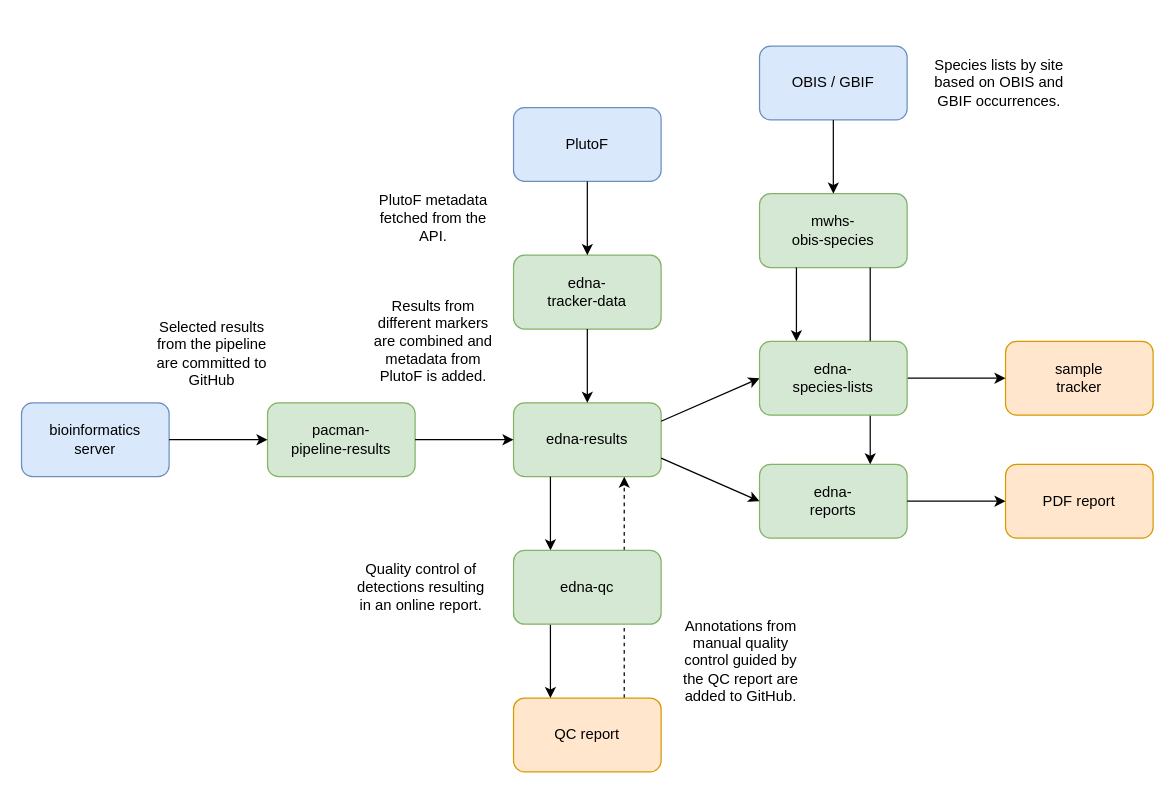
iobis/edna-expeditions keeps this draw.io diagram as data_flow.drawio. Above is the earlier version. Source tidied: cells renumbered, new cells numbered last; positions are measured from the earlier drawing's top-left corner, leaving out a move shared by most shapes. Both pictures are drawn from the tidied source at 123%, with x=0, y=0 at pixel (21, 21).
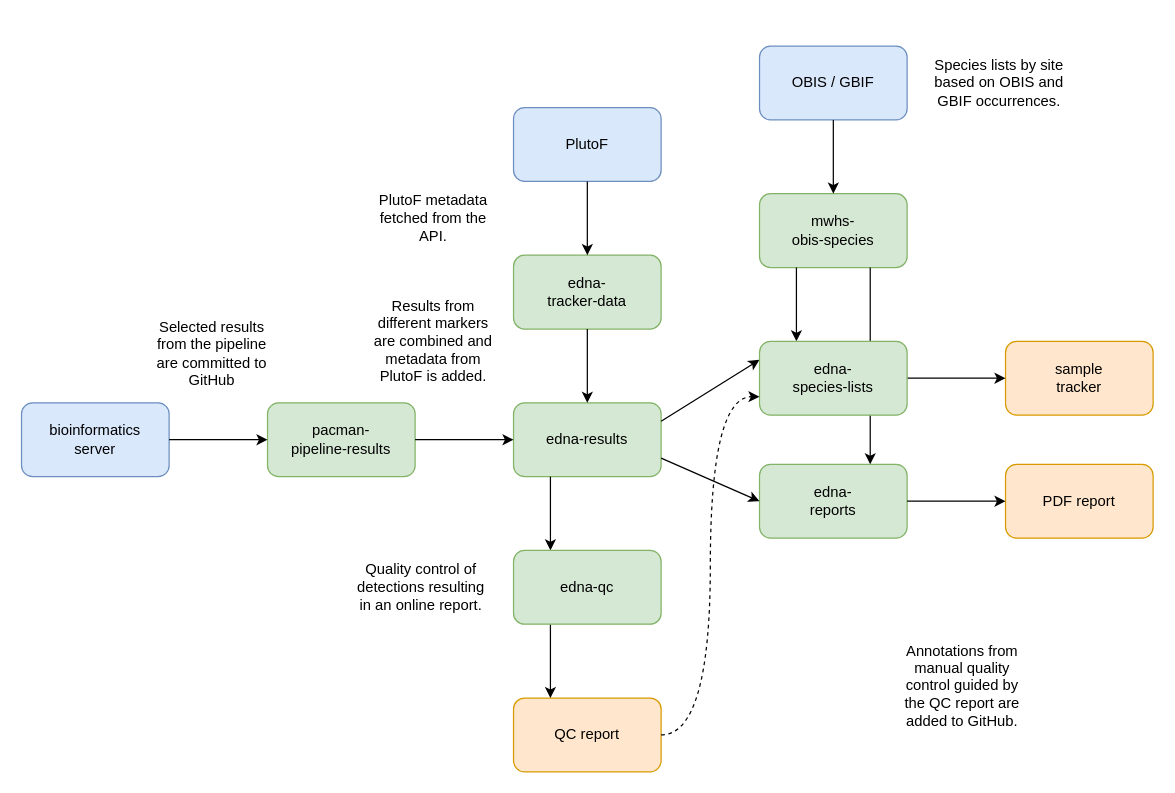
Above is the later version.

Unchanged cells that the change refers to:
```xml
<mxCell id="3" value="edna-results" style="rounded=1;whiteSpace=wrap;html=1;fillColor=#d5e8d4;strokeColor=#82b366;" parent="1" vertex="1">
  <mxGeometry x="400" y="310" width="120" height="60" as="geometry" />
</mxCell>
<mxCell id="23" value="edna-&lt;br&gt;species-lists" style="rounded=1;whiteSpace=wrap;html=1;fillColor=#d5e8d4;strokeColor=#82b366;" parent="1" vertex="1">
  <mxGeometry x="600" y="260" width="120" height="60" as="geometry" />
</mxCell>
<mxCell id="27" value="QC report" style="rounded=1;whiteSpace=wrap;html=1;fillColor=#ffe6cc;strokeColor=#d79b00;" parent="1" vertex="1">
  <mxGeometry x="400" y="550" width="120" height="60" as="geometry" />
</mxCell>
```

The edit, as a diff of the source:
```diff
@@
-    <mxCell id="6" style="endArrow=classic;html=1;rounded=0;exitX=0.75;exitY=0;exitDx=0;exitDy=0;entryX=0.75;entryY=1;entryDx=0;entryDy=0;dashed=1;" parent="1" edge="1" source="27" target="3">
-      <mxGeometry relative="1" as="geometry" />
-    </mxCell>
-    <mxCell id="7" style="endArrow=classic;html=1;rounded=0;entryX=0;entryY=0.5;entryDx=0;entryDy=0;exitX=1;exitY=0.25;exitDx=0;exitDy=0;" parent="1" edge="1" source="3" target="23">
+    <mxCell id="7" style="endArrow=classic;html=1;rounded=0;entryX=0;entryY=0.25;entryDx=0;entryDy=0;exitX=1;exitY=0.25;exitDx=0;exitDy=0;" parent="1" edge="1" source="3" target="23">
       <mxGeometry relative="1" as="geometry" />
     </mxCell>
@@
     <mxCell id="30" value="Annotations from manual quality control guided by the QC report are added to GitHub." style="text;html=1;strokeColor=none;fillColor=none;align=center;verticalAlign=middle;whiteSpace=wrap;rounded=0;" parent="1" vertex="1">
-      <mxGeometry x="530" y="470" width="110" height="100" as="geometry" />
+      <mxGeometry x="710" y="490" width="110" height="100" as="geometry" />
     </mxCell>
@@
+    <mxCell id="35" style="edgeStyle=elbowEdgeStyle;elbow=horizontal;endArrow=classic;html=1;exitX=1;exitY=0.5;exitDx=0;exitDy=0;entryX=0;entryY=0.75;entryDx=0;entryDy=0;curved=1;dashed=1;" parent="1" edge="1" source="27" target="23">
+      <mxGeometry relative="1" as="geometry" />
+    </mxCell>
```
